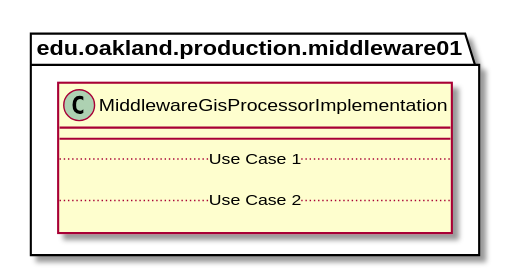
Above: docs/uml-class-diagrams/middleware01/production/MiddlewareGisProcessorImplementation/MiddlewareGisProcessorImplementation.svg in elilley15/csi-3370-software-project (PlantUML), before the change.
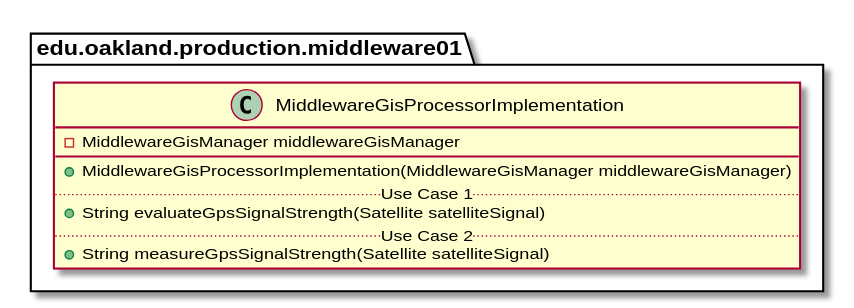
Above is the later version.

The edit, as a diff of the source:
```diff
@@ -2,11 +2,13 @@
 
 package edu.oakland.production.middleware01 {
     class MiddlewareGisProcessorImplementation {
+        - MiddlewareGisManager middlewareGisManager
         __
+        + MiddlewareGisProcessorImplementation(MiddlewareGisManager middlewareGisManager)
         .. Use Case 1 ..
-
+        + String evaluateGpsSignalStrength(Satellite satelliteSignal)
         .. Use Case 2 ..
-
+        + String measureGpsSignalStrength(Satellite satelliteSignal)
     }
 }
 
```
